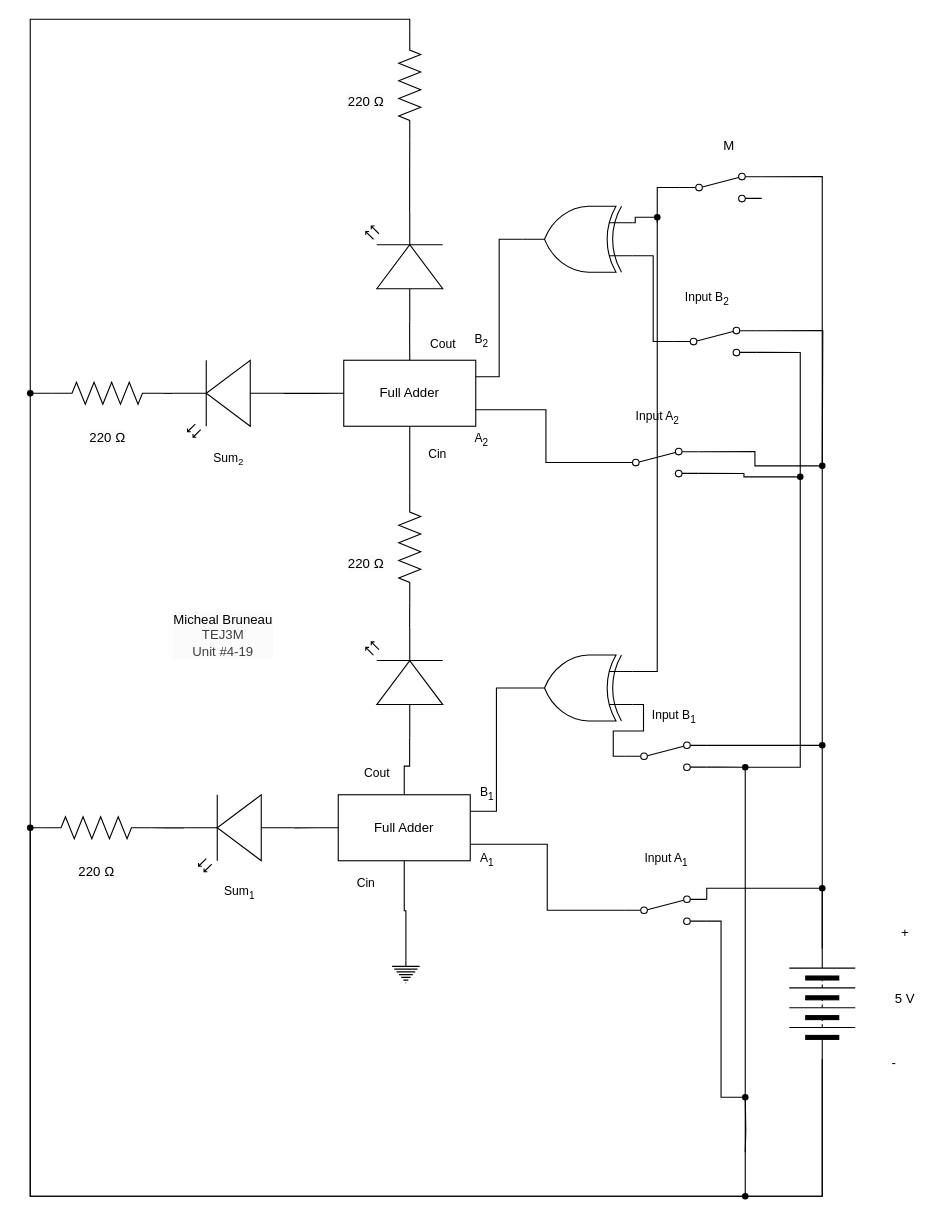
Above: TEJ3M 4-20/Schematic_diagram.drawio in michael-bruneau/TEJ3M-Unit-4 (draw.io), before the change. Source tidied: cells renumbered, new cells numbered last; positions are measured from the earlier drawing's top-left corner, leaving out a move shared by most shapes. Both pictures are drawn from the tidied source at 110%, with x=0, y=0 at pixel (19, 74).
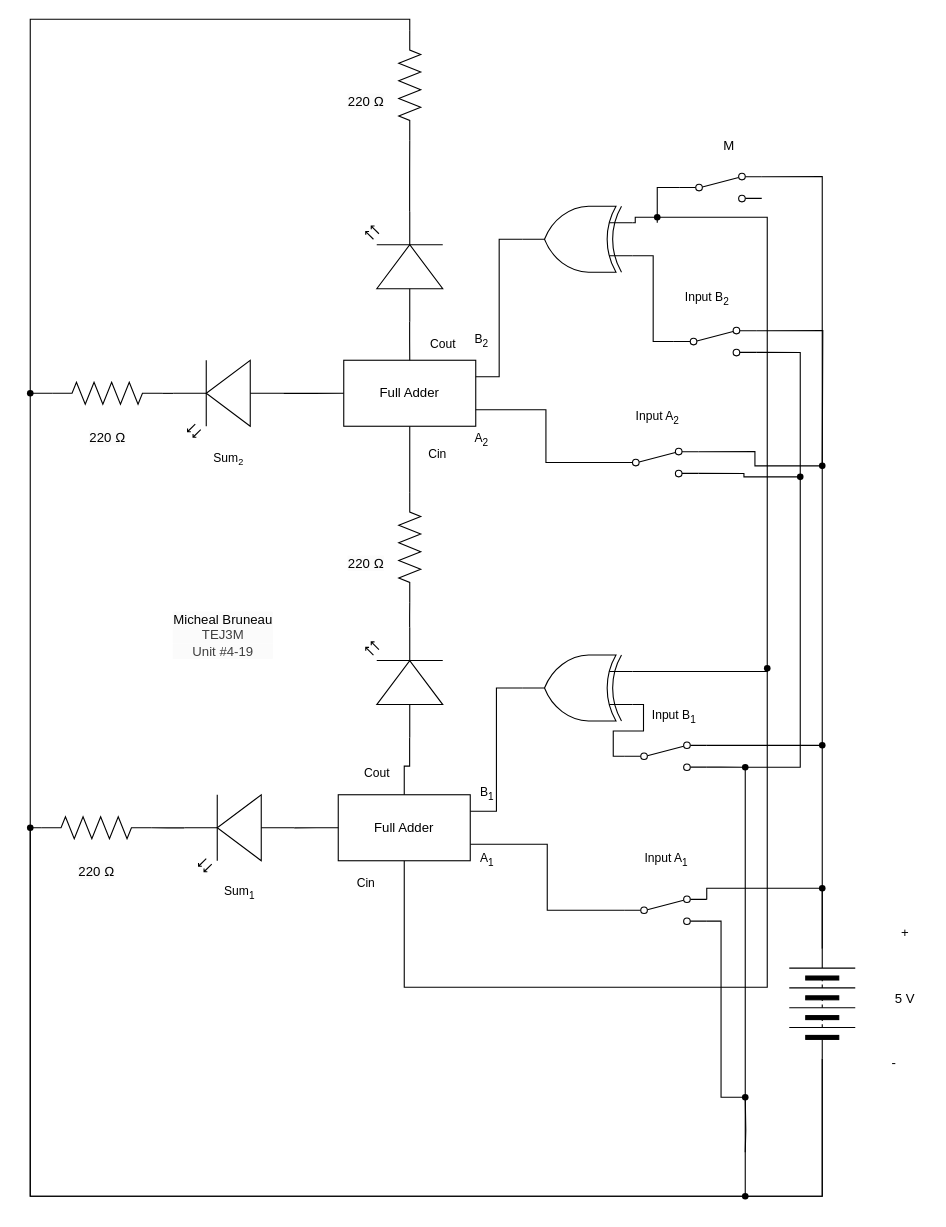
After the change.

Unchanged cells that the change refers to:
```xml
<mxCell id="30" value="Full Adder" style="rounded=0;whiteSpace=wrap;html=1;" parent="1" vertex="1">
  <mxGeometry x="290" y="655" width="120" height="60" as="geometry" />
</mxCell>
<mxCell id="77" style="verticalLabelPosition=bottom;shadow=0;dashed=0;align=center;html=1;verticalAlign=top;shape=mxgraph.electrical.logic_gates.logic_gate;operation=xor;rotation=-180;" parent="1" vertex="1">
  <mxGeometry x="457.5" y="528" width="100" height="60" as="geometry" />
</mxCell>
<mxCell id="85" style="shape=waypoint;sketch=0;fillStyle=solid;size=6;points=[];fillColor=none;perimeter=centerPerimeter;snapToPoint=1;fontFamily=Helvetica;fontSize=11;fontColor=default;labelBackgroundColor=default;" parent="1" vertex="1">
  <mxGeometry x="570" y="120" width="20" height="20" as="geometry" />
</mxCell>
```

Diff of the diagram source:
```diff
@@
+    <mxCell id="91" style="edgeStyle=orthogonalEdgeStyle;shape=connector;rounded=0;html=1;exitX=0.5;exitY=1;exitDx=0;exitDy=0;strokeColor=default;align=center;verticalAlign=middle;fontFamily=Helvetica;fontSize=11;fontColor=default;labelBackgroundColor=default;endArrow=none;endFill=0;" parent="1" edge="1" source="30" target="92">
+      <mxGeometry relative="1" as="geometry">
+        <Array as="points">
+          <mxPoint x="350" y="830" />
+          <mxPoint x="680" y="830" />
+        </Array>
+      </mxGeometry>
+    </mxCell>
@@
-    <mxCell id="74" style="verticalLabelPosition=bottom;shadow=0;dashed=0;align=center;html=1;verticalAlign=top;shape=mxgraph.electrical.signal_sources.protective_earth;" parent="1" vertex="1">
-      <mxGeometry x="339" y="806" width="25" height="20" as="geometry" />
-    </mxCell>
-    <mxCell id="75" style="edgeStyle=orthogonalEdgeStyle;html=1;exitX=0.5;exitY=1;exitDx=0;exitDy=0;entryX=0.5;entryY=0;entryDx=0;entryDy=0;entryPerimeter=0;endArrow=none;endFill=0;rounded=0;" parent="1" edge="1" source="30" target="74">
-      <mxGeometry relative="1" as="geometry" />
-    </mxCell>
@@
     <mxCell id="86" style="edgeStyle=orthogonalEdgeStyle;shape=connector;rounded=0;html=1;exitX=0;exitY=0.75;exitDx=0;exitDy=0;exitPerimeter=0;entryX=0.372;entryY=0.812;entryDx=0;entryDy=0;entryPerimeter=0;strokeColor=default;align=center;verticalAlign=middle;fontFamily=Helvetica;fontSize=11;fontColor=default;labelBackgroundColor=default;endArrow=none;endFill=0;" parent="1" edge="1" source="77" target="85">
-      <mxGeometry relative="1" as="geometry" />
+      <mxGeometry relative="1" as="geometry">
+        <Array as="points">
+          <mxPoint x="680" y="543" />
+          <mxPoint x="680" y="130" />
+        </Array>
+      </mxGeometry>
     </mxCell>
@@
+    <mxCell id="92" style="shape=waypoint;sketch=0;fillStyle=solid;size=6;points=[];fillColor=none;perimeter=centerPerimeter;snapToPoint=1;fontFamily=Helvetica;fontSize=11;fontColor=default;labelBackgroundColor=default;" parent="1" vertex="1">
+      <mxGeometry x="670" y="530" width="20" height="20" as="geometry" />
+    </mxCell>
```
